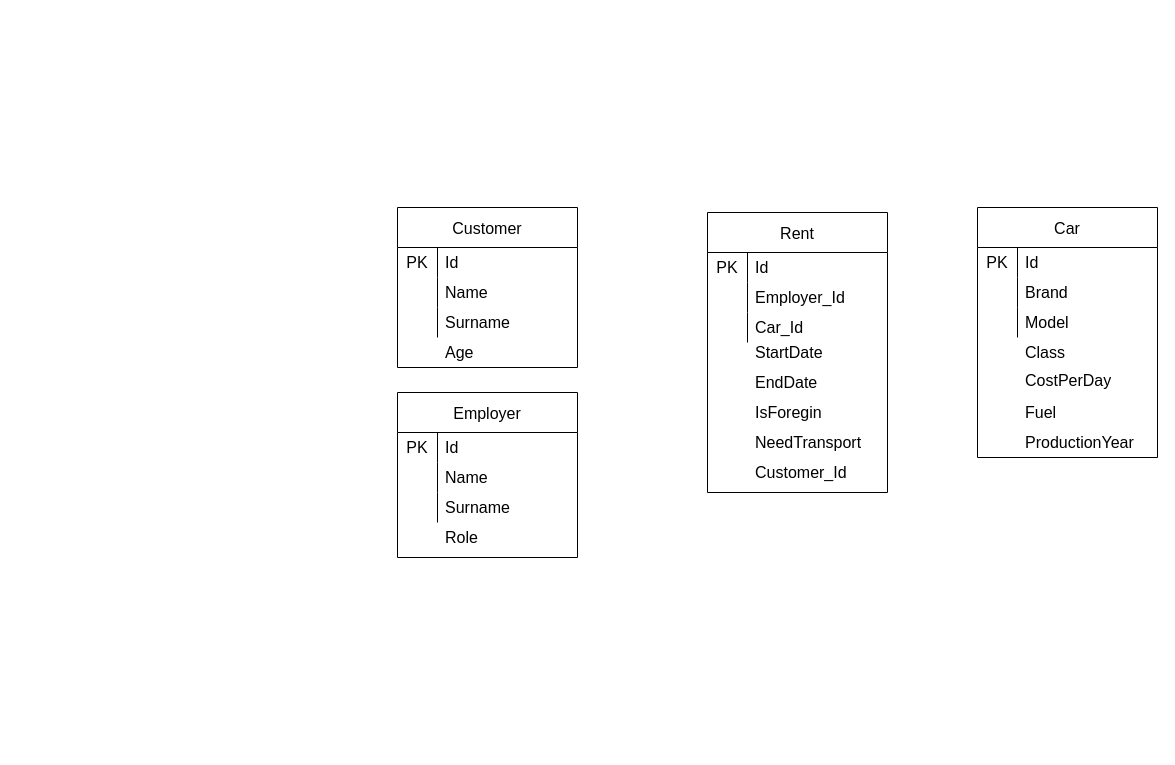
Above: Homework warsztat.drawio in Tomasz98Zukowski/TripBudgetApp (draw.io), before the change. Source tidied: cells renumbered, new cells numbered last; positions are measured from the earlier drawing's top-left corner, leaving out a move shared by most shapes. Both pictures are drawn from the tidied source at 100%, with x=0, y=0 at pixel (397, 207).
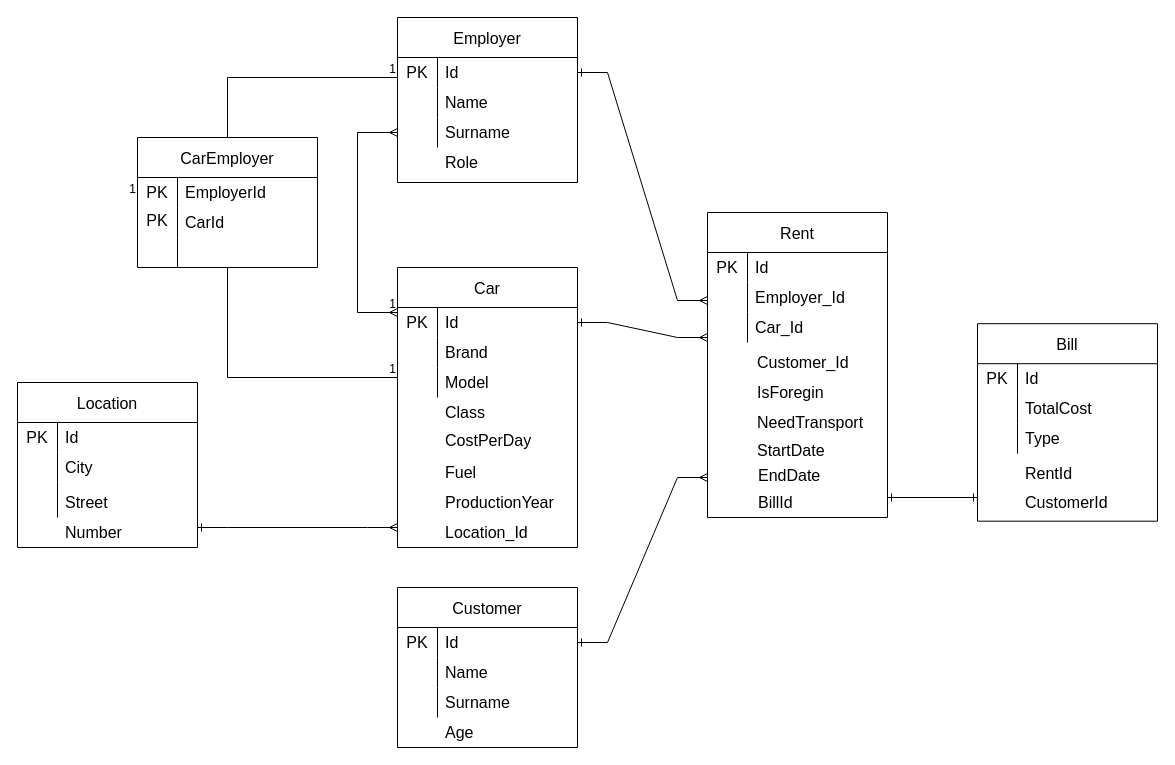
Above is the later version.

Unchanged cells that the change refers to:
```xml
<mxCell id="17" style="shape=tableRow;horizontal=0;startSize=0;swimlaneHead=0;swimlaneBody=0;top=0;left=0;bottom=0;right=0;fillColor=none;points=[[0,0.5],[1,0.5]];portConstraint=eastwest;strokeColor=inherit;fontSize=16;" parent="16" vertex="1">
  <mxGeometry y="40" width="180" height="30" as="geometry" />
</mxCell>
<mxCell id="29" style="shape=tableRow;horizontal=0;startSize=0;swimlaneHead=0;swimlaneBody=0;top=0;left=0;bottom=0;right=0;fillColor=none;points=[[0,0.5],[1,0.5]];portConstraint=eastwest;strokeColor=inherit;fontSize=16;" parent="28" vertex="1">
  <mxGeometry y="40" width="180" height="30" as="geometry" />
</mxCell>
<mxCell id="35" style="shape=tableRow;horizontal=0;startSize=0;swimlaneHead=0;swimlaneBody=0;top=0;left=0;bottom=0;right=0;fillColor=none;points=[[0,0.5],[1,0.5]];portConstraint=eastwest;strokeColor=inherit;fontSize=16;" parent="28" vertex="1">
  <mxGeometry y="100" width="180" height="30" as="geometry" />
</mxCell>
<mxCell id="40" style="shape=tableRow;horizontal=0;startSize=0;swimlaneHead=0;swimlaneBody=0;top=0;left=0;bottom=0;right=0;fillColor=none;points=[[0,0.5],[1,0.5]];portConstraint=eastwest;strokeColor=inherit;fontSize=16;" parent="39" vertex="1">
  <mxGeometry y="40" width="180" height="30" as="geometry" />
</mxCell>
```

Diff of the diagram source:
```diff
@@
     <mxCell id="2" value="Rent" style="shape=table;startSize=40;childLayout=tableLayout;rowLines=0;fontStyle=0;strokeColor=default;fontSize=16;fillColor=default;" parent="1" vertex="1">
-      <mxGeometry x="310" y="5" width="180" height="280" as="geometry" />
+      <mxGeometry x="310" y="5" width="180" height="305" as="geometry" />
     </mxCell>
@@
     <mxCell id="12" value="StartDate" style="shape=partialRectangle;html=1;whiteSpace=wrap;fillColor=none;top=0;left=0;bottom=0;right=0;align=left;spacingLeft=6;overflow=hidden;strokeColor=inherit;fontSize=16;" parent="1" vertex="1">
-      <mxGeometry x="350" y="130" width="140" height="30" as="geometry" />
+      <mxGeometry x="352" y="228" width="140" height="30" as="geometry" />
     </mxCell>
     <mxCell id="13" value="EndDate" style="shape=partialRectangle;html=1;whiteSpace=wrap;fillColor=none;top=0;left=0;bottom=0;right=0;align=left;spacingLeft=6;overflow=hidden;strokeColor=inherit;fontSize=16;" parent="1" vertex="1">
-      <mxGeometry x="350" y="160" width="140" height="30" as="geometry" />
+      <mxGeometry x="353" y="253" width="140" height="30" as="geometry" />
     </mxCell>
     <mxCell id="14" value="IsForegin" style="shape=partialRectangle;html=1;whiteSpace=wrap;fillColor=none;top=0;left=0;bottom=0;right=0;align=left;spacingLeft=6;overflow=hidden;strokeColor=inherit;fontSize=16;" parent="1" vertex="1">
-      <mxGeometry x="350" y="190" width="140" height="30" as="geometry" />
+      <mxGeometry x="352" y="170" width="140" height="30" as="geometry" />
     </mxCell>
     <mxCell id="15" value="NeedTransport" style="shape=partialRectangle;html=1;whiteSpace=wrap;fillColor=none;top=0;left=0;bottom=0;right=0;align=left;spacingLeft=6;overflow=hidden;strokeColor=inherit;fontSize=16;" parent="1" vertex="1">
-      <mxGeometry x="350" y="220" width="140" height="30" as="geometry" />
+      <mxGeometry x="352" y="200" width="140" height="30" as="geometry" />
     </mxCell>
     <mxCell id="16" value="Customer" style="shape=table;startSize=40;childLayout=tableLayout;rowLines=0;fontStyle=0;strokeColor=default;fontSize=16;fillColor=default;" parent="1" vertex="1">
-      <mxGeometry width="180" height="160" as="geometry" />
+      <mxGeometry y="380" width="180" height="160" as="geometry" />
     </mxCell>
@@
     <mxCell id="26" value="Age" style="shape=partialRectangle;html=1;whiteSpace=wrap;fillColor=none;top=0;left=0;bottom=0;right=0;align=left;spacingLeft=6;overflow=hidden;strokeColor=inherit;fontSize=16;" parent="1" vertex="1">
-      <mxGeometry x="40" y="130" width="140" height="30" as="geometry" />
+      <mxGeometry x="40" y="510" width="140" height="30" as="geometry" />
     </mxCell>
     <mxCell id="27" value="Customer_Id" style="shape=partialRectangle;html=1;whiteSpace=wrap;fillColor=none;top=0;left=0;bottom=0;right=0;align=left;spacingLeft=6;overflow=hidden;strokeColor=inherit;fontSize=16;" parent="1" vertex="1">
-      <mxGeometry x="350" y="250" width="140" height="30" as="geometry" />
+      <mxGeometry x="352" y="140" width="140" height="30" as="geometry" />
     </mxCell>
     <mxCell id="28" value="Employer" style="shape=table;startSize=40;childLayout=tableLayout;rowLines=0;fontStyle=0;strokeColor=default;fontSize=16;fillColor=default;" parent="1" vertex="1">
-      <mxGeometry y="185" width="180" height="165" as="geometry" />
+      <mxGeometry y="-190" width="180" height="165" as="geometry" />
     </mxCell>
@@
     <mxCell id="38" value="Role" style="shape=partialRectangle;html=1;whiteSpace=wrap;fillColor=none;top=0;left=0;bottom=0;right=0;align=left;spacingLeft=6;overflow=hidden;strokeColor=inherit;fontSize=16;" parent="1" vertex="1">
-      <mxGeometry x="40" y="315" width="140" height="30" as="geometry" />
+      <mxGeometry x="40" y="-60" width="140" height="30" as="geometry" />
     </mxCell>
     <mxCell id="39" value="Car" style="shape=table;startSize=40;childLayout=tableLayout;rowLines=0;fontStyle=0;strokeColor=default;fontSize=16;fillColor=default;" parent="1" vertex="1">
-      <mxGeometry x="580" width="180" height="250" as="geometry" />
+      <mxGeometry y="60" width="180" height="280" as="geometry" />
     </mxCell>
@@
     <mxCell id="49" value="Class" style="shape=partialRectangle;html=1;whiteSpace=wrap;fillColor=none;top=0;left=0;bottom=0;right=0;align=left;spacingLeft=6;overflow=hidden;strokeColor=inherit;fontSize=16;" parent="1" vertex="1">
-      <mxGeometry x="620" y="130" width="140" height="30" as="geometry" />
+      <mxGeometry x="40" y="190" width="140" height="30" as="geometry" />
     </mxCell>
     <mxCell id="50" value="CostPerDay" style="shape=partialRectangle;html=1;whiteSpace=wrap;fillColor=none;top=0;left=0;bottom=0;right=0;align=left;spacingLeft=6;overflow=hidden;strokeColor=inherit;fontSize=16;" parent="1" vertex="1">
-      <mxGeometry x="620" y="158" width="140" height="30" as="geometry" />
+      <mxGeometry x="40" y="218" width="140" height="30" as="geometry" />
     </mxCell>
     <mxCell id="51" value="Fuel" style="shape=partialRectangle;html=1;whiteSpace=wrap;fillColor=none;top=0;left=0;bottom=0;right=0;align=left;spacingLeft=6;overflow=hidden;strokeColor=inherit;fontSize=16;" parent="1" vertex="1">
-      <mxGeometry x="620" y="190" width="140" height="30" as="geometry" />
+      <mxGeometry x="40" y="250" width="140" height="30" as="geometry" />
     </mxCell>
     <mxCell id="52" value="ProductionYear" style="shape=partialRectangle;html=1;whiteSpace=wrap;fillColor=none;top=0;left=0;bottom=0;right=0;align=left;spacingLeft=6;overflow=hidden;strokeColor=inherit;fontSize=16;" parent="1" vertex="1">
-      <mxGeometry x="620" y="220" width="140" height="30" as="geometry" />
+      <mxGeometry x="40" y="280" width="140" height="30" as="geometry" />
     </mxCell>
+    <mxCell id="53" style="edgeStyle=entityRelationEdgeStyle;fontSize=12;html=1;endArrow=ERmany;startArrow=ERone;rounded=0;exitX=1;exitY=0.5;exitDx=0;exitDy=0;startFill=0;endFill=0;" parent="1" edge="1" source="17">
+      <mxGeometry relative="1" as="geometry">
+        <mxPoint x="310" y="270" as="targetPoint" />
+      </mxGeometry>
+    </mxCell>
+    <mxCell id="54" style="edgeStyle=entityRelationEdgeStyle;fontSize=12;html=1;endArrow=ERmany;startArrow=ERone;rounded=0;exitX=1;exitY=0.5;exitDx=0;exitDy=0;startFill=0;endFill=0;" parent="1" edge="1" source="29">
+      <mxGeometry relative="1" as="geometry">
+        <mxPoint x="310" y="93" as="targetPoint" />
+      </mxGeometry>
+    </mxCell>
+    <mxCell id="55" style="edgeStyle=entityRelationEdgeStyle;fontSize=12;html=1;endArrow=ERmany;startArrow=ERone;rounded=0;exitX=1;exitY=0.5;exitDx=0;exitDy=0;startFill=0;endFill=0;" parent="1" edge="1" source="40">
+      <mxGeometry relative="1" as="geometry">
+        <mxPoint x="310" y="130" as="targetPoint" />
+      </mxGeometry>
+    </mxCell>
+    <mxCell id="56" value="Location_Id" style="shape=partialRectangle;html=1;whiteSpace=wrap;fillColor=none;top=0;left=0;bottom=0;right=0;align=left;spacingLeft=6;overflow=hidden;strokeColor=inherit;fontSize=16;" parent="1" vertex="1">
+      <mxGeometry x="40" y="310" width="140" height="30" as="geometry" />
+    </mxCell>
+    <mxCell id="57" value="Location" style="shape=table;startSize=40;childLayout=tableLayout;rowLines=0;fontStyle=0;strokeColor=default;fontSize=16;fillColor=default;" parent="1" vertex="1">
+      <mxGeometry x="-380" y="175" width="180" height="165" as="geometry" />
+    </mxCell>
+    <mxCell id="58" style="shape=tableRow;horizontal=0;startSize=0;swimlaneHead=0;swimlaneBody=0;top=0;left=0;bottom=0;right=0;fillColor=none;strokeColor=inherit;fontSize=16;" parent="57" vertex="1">
+      <mxGeometry y="40" width="180" height="30" as="geometry" />
+    </mxCell>
+    <mxCell id="59" value="PK" style="shape=partialRectangle;html=1;whiteSpace=wrap;fillColor=none;top=0;left=0;bottom=0;right=0;overflow=hidden;strokeColor=inherit;fontSize=16;" parent="58" vertex="1">
+      <mxGeometry width="40" height="30" as="geometry" />
+    </mxCell>
+    <mxCell id="60" value="Id" style="shape=partialRectangle;html=1;whiteSpace=wrap;fillColor=none;top=0;left=0;bottom=0;right=0;align=left;spacingLeft=6;overflow=hidden;strokeColor=inherit;fontSize=16;" parent="58" vertex="1">
+      <mxGeometry x="40" width="140" height="30" as="geometry" />
+    </mxCell>
+    <mxCell id="61" style="shape=tableRow;horizontal=0;startSize=0;swimlaneHead=0;swimlaneBody=0;top=0;left=0;bottom=0;right=0;fillColor=none;strokeColor=inherit;fontSize=16;" parent="57" vertex="1">
+      <mxGeometry y="70" width="180" height="30" as="geometry" />
+    </mxCell>
+    <mxCell id="62" style="shape=partialRectangle;html=1;whiteSpace=wrap;fillColor=none;top=0;left=0;bottom=0;right=0;overflow=hidden;strokeColor=inherit;fontSize=16;" parent="61" vertex="1">
+      <mxGeometry width="40" height="30" as="geometry" />
+    </mxCell>
+    <mxCell id="63" value="City" style="shape=partialRectangle;html=1;whiteSpace=wrap;fillColor=none;top=0;left=0;bottom=0;right=0;align=left;spacingLeft=6;overflow=hidden;strokeColor=inherit;fontSize=16;" parent="61" vertex="1">
+      <mxGeometry x="40" width="140" height="30" as="geometry" />
+    </mxCell>
+    <mxCell id="64" style="shape=tableRow;horizontal=0;startSize=0;swimlaneHead=0;swimlaneBody=0;top=0;left=0;bottom=0;right=0;fillColor=none;strokeColor=inherit;fontSize=16;" parent="57" vertex="1">
+      <mxGeometry y="100" width="180" height="35" as="geometry" />
+    </mxCell>
+    <mxCell id="65" style="shape=partialRectangle;html=1;whiteSpace=wrap;fillColor=none;top=0;left=0;bottom=0;right=0;overflow=hidden;strokeColor=inherit;fontSize=16;" parent="64" vertex="1">
+      <mxGeometry width="40" height="35" as="geometry" />
+    </mxCell>
+    <mxCell id="66" style="shape=partialRectangle;html=1;whiteSpace=wrap;fillColor=none;top=0;left=0;bottom=0;right=0;align=left;spacingLeft=6;overflow=hidden;strokeColor=inherit;fontSize=16;" parent="64" vertex="1">
+      <mxGeometry x="40" width="140" height="35" as="geometry" />
+    </mxCell>
+    <mxCell id="67" value="Street" style="shape=partialRectangle;html=1;whiteSpace=wrap;fillColor=none;top=0;left=0;bottom=0;right=0;align=left;spacingLeft=6;overflow=hidden;strokeColor=inherit;fontSize=16;" parent="1" vertex="1">
+      <mxGeometry x="-340" y="280" width="140" height="30" as="geometry" />
+    </mxCell>
+    <mxCell id="68" value="Number" style="shape=partialRectangle;html=1;whiteSpace=wrap;fillColor=none;top=0;left=0;bottom=0;right=0;align=left;spacingLeft=6;overflow=hidden;strokeColor=inherit;fontSize=16;" parent="1" vertex="1">
+      <mxGeometry x="-340" y="310" width="140" height="30" as="geometry" />
+    </mxCell>
+    <mxCell id="69" style="edgeStyle=entityRelationEdgeStyle;fontSize=12;html=1;endArrow=ERmany;startArrow=ERone;rounded=0;startFill=0;" parent="1" edge="1">
+      <mxGeometry relative="1" as="geometry">
+        <mxPoint x="-200" y="320" as="sourcePoint" />
+        <mxPoint y="320" as="targetPoint" />
+      </mxGeometry>
+    </mxCell>
+    <mxCell id="70" style="endArrow=none;html=1;rounded=0;exitX=0.5;exitY=1;exitDx=0;exitDy=0;" parent="1" edge="1" source="74">
+      <mxGeometry relative="1" as="geometry">
+        <mxPoint y="170" as="targetPoint" />
+        <Array as="points">
+          <mxPoint x="-170" y="170" />
+        </Array>
+      </mxGeometry>
+    </mxCell>
+    <mxCell id="71" value="1" style="html=1;whiteSpace=wrap;align=right;verticalAlign=bottom;" parent="70" vertex="1">
+      <mxGeometry x="1" relative="1" as="geometry" />
+    </mxCell>
+    <mxCell id="72" style="endArrow=none;html=1;rounded=0;" parent="1" edge="1">
+      <mxGeometry relative="1" as="geometry">
+        <mxPoint x="-170" y="-70" as="sourcePoint" />
+        <mxPoint y="-130" as="targetPoint" />
+        <Array as="points">
+          <mxPoint x="-170" y="-130" />
+        </Array>
+      </mxGeometry>
+    </mxCell>
+    <mxCell id="73" value="1" style="html=1;whiteSpace=wrap;align=right;verticalAlign=bottom;" parent="72" vertex="1">
+      <mxGeometry x="1" relative="1" as="geometry" />
+    </mxCell>
+    <mxCell id="74" value="CarEmployer" style="shape=table;startSize=40;childLayout=tableLayout;rowLines=0;fontStyle=0;strokeColor=default;fontSize=16;fillColor=default;" parent="1" vertex="1">
+      <mxGeometry x="-260" y="-70" width="180" height="130" as="geometry" />
+    </mxCell>
+    <mxCell id="75" style="shape=tableRow;horizontal=0;startSize=0;swimlaneHead=0;swimlaneBody=0;top=0;left=0;bottom=0;right=0;fillColor=none;strokeColor=inherit;fontSize=16;" parent="74" vertex="1">
+      <mxGeometry y="40" width="180" height="30" as="geometry" />
+    </mxCell>
+    <mxCell id="76" value="PK" style="shape=partialRectangle;html=1;whiteSpace=wrap;fillColor=none;top=0;left=0;bottom=0;right=0;overflow=hidden;strokeColor=inherit;fontSize=16;" parent="75" vertex="1">
+      <mxGeometry width="40" height="30" as="geometry" />
+    </mxCell>
+    <mxCell id="77" value="EmployerId" style="shape=partialRectangle;html=1;whiteSpace=wrap;fillColor=none;top=0;left=0;bottom=0;right=0;align=left;spacingLeft=6;overflow=hidden;strokeColor=inherit;fontSize=16;" parent="75" vertex="1">
+      <mxGeometry x="40" width="140" height="30" as="geometry" />
+    </mxCell>
+    <mxCell id="78" style="shape=tableRow;horizontal=0;startSize=0;swimlaneHead=0;swimlaneBody=0;top=0;left=0;bottom=0;right=0;fillColor=none;strokeColor=inherit;fontSize=16;" parent="74" vertex="1">
+      <mxGeometry y="70" width="180" height="30" as="geometry" />
+    </mxCell>
+    <mxCell id="79" style="shape=partialRectangle;html=1;whiteSpace=wrap;fillColor=none;top=0;left=0;bottom=0;right=0;overflow=hidden;strokeColor=inherit;fontSize=16;" parent="78" vertex="1">
+      <mxGeometry width="40" height="30" as="geometry" />
+    </mxCell>
+    <mxCell id="80" value="CarId" style="shape=partialRectangle;html=1;whiteSpace=wrap;fillColor=none;top=0;left=0;bottom=0;right=0;align=left;spacingLeft=6;overflow=hidden;strokeColor=inherit;fontSize=16;" parent="78" vertex="1">
+      <mxGeometry x="40" width="140" height="30" as="geometry" />
+    </mxCell>
+    <mxCell id="81" style="shape=tableRow;horizontal=0;startSize=0;swimlaneHead=0;swimlaneBody=0;top=0;left=0;bottom=0;right=0;fillColor=none;strokeColor=inherit;fontSize=16;" parent="74" vertex="1">
+      <mxGeometry y="100" width="180" height="30" as="geometry" />
+    </mxCell>
+    <mxCell id="82" style="shape=partialRectangle;html=1;whiteSpace=wrap;fillColor=none;top=0;left=0;bottom=0;right=0;overflow=hidden;strokeColor=inherit;fontSize=16;" parent="81" vertex="1">
+      <mxGeometry width="40" height="30" as="geometry" />
+    </mxCell>
+    <mxCell id="83" style="shape=partialRectangle;html=1;whiteSpace=wrap;fillColor=none;top=0;left=0;bottom=0;right=0;align=left;spacingLeft=6;overflow=hidden;strokeColor=inherit;fontSize=16;" parent="81" vertex="1">
+      <mxGeometry x="40" width="140" height="30" as="geometry" />
+    </mxCell>
+    <mxCell id="84" value="1" style="html=1;whiteSpace=wrap;align=right;verticalAlign=bottom;" parent="1" vertex="1">
+      <mxGeometry x="-260" y="-10" as="geometry" />
+    </mxCell>
+    <mxCell id="85" style="endArrow=ERmany;html=1;rounded=0;exitX=0;exitY=0.5;exitDx=0;exitDy=0;startArrow=ERmany;startFill=0;endFill=0;" parent="1" edge="1" source="35">
+      <mxGeometry relative="1" as="geometry">
+        <mxPoint y="105" as="targetPoint" />
+        <Array as="points">
+          <mxPoint x="-40" y="-75" />
+          <mxPoint x="-40" y="105" />
+        </Array>
+      </mxGeometry>
+    </mxCell>
+    <mxCell id="86" value="1" style="html=1;whiteSpace=wrap;align=right;verticalAlign=bottom;" parent="85" vertex="1">
+      <mxGeometry x="1" relative="1" as="geometry" />
+    </mxCell>
+    <mxCell id="87" value="PK" style="shape=partialRectangle;html=1;whiteSpace=wrap;fillColor=none;top=0;left=0;bottom=0;right=0;overflow=hidden;strokeColor=inherit;fontSize=16;" parent="1" vertex="1">
+      <mxGeometry x="-260" y="-2.5" width="40" height="30" as="geometry" />
+    </mxCell>
+    <mxCell id="88" value="BillId" style="shape=partialRectangle;html=1;whiteSpace=wrap;fillColor=none;top=0;left=0;bottom=0;right=0;align=left;spacingLeft=6;overflow=hidden;strokeColor=inherit;fontSize=16;" parent="1" vertex="1">
+      <mxGeometry x="353" y="280" width="140" height="30" as="geometry" />
+    </mxCell>
+    <mxCell id="89" value="Bill" style="shape=table;startSize=40;childLayout=tableLayout;rowLines=0;fontStyle=0;strokeColor=default;fontSize=16;fillColor=default;" parent="1" vertex="1">
+      <mxGeometry x="580" y="116.2" width="180" height="197.5" as="geometry" />
+    </mxCell>
+    <mxCell id="90" style="shape=tableRow;horizontal=0;startSize=0;swimlaneHead=0;swimlaneBody=0;top=0;left=0;bottom=0;right=0;fillColor=none;strokeColor=inherit;fontSize=16;" parent="89" vertex="1">
+      <mxGeometry y="40" width="180" height="30" as="geometry" />
+    </mxCell>
+    <mxCell id="91" value="PK" style="shape=partialRectangle;html=1;whiteSpace=wrap;fillColor=none;top=0;left=0;bottom=0;right=0;overflow=hidden;strokeColor=inherit;fontSize=16;" parent="90" vertex="1">
+      <mxGeometry width="40" height="30" as="geometry" />
+    </mxCell>
+    <mxCell id="92" value="Id" style="shape=partialRectangle;html=1;whiteSpace=wrap;fillColor=none;top=0;left=0;bottom=0;right=0;align=left;spacingLeft=6;overflow=hidden;strokeColor=inherit;fontSize=16;" parent="90" vertex="1">
+      <mxGeometry x="40" width="140" height="30" as="geometry" />
+    </mxCell>
+    <mxCell id="93" style="shape=tableRow;horizontal=0;startSize=0;swimlaneHead=0;swimlaneBody=0;top=0;left=0;bottom=0;right=0;fillColor=none;strokeColor=inherit;fontSize=16;" parent="89" vertex="1">
+      <mxGeometry y="70" width="180" height="30" as="geometry" />
+    </mxCell>
+    <mxCell id="94" style="shape=partialRectangle;html=1;whiteSpace=wrap;fillColor=none;top=0;left=0;bottom=0;right=0;overflow=hidden;strokeColor=inherit;fontSize=16;" parent="93" vertex="1">
+      <mxGeometry width="40" height="30" as="geometry" />
+    </mxCell>
+    <mxCell id="95" value="TotalCost" style="shape=partialRectangle;html=1;whiteSpace=wrap;fillColor=none;top=0;left=0;bottom=0;right=0;align=left;spacingLeft=6;overflow=hidden;strokeColor=inherit;fontSize=16;" parent="93" vertex="1">
+      <mxGeometry x="40" width="140" height="30" as="geometry" />
+    </mxCell>
+    <mxCell id="96" style="shape=tableRow;horizontal=0;startSize=0;swimlaneHead=0;swimlaneBody=0;top=0;left=0;bottom=0;right=0;fillColor=none;strokeColor=inherit;fontSize=16;" parent="89" vertex="1">
+      <mxGeometry y="100" width="180" height="30" as="geometry" />
+    </mxCell>
+    <mxCell id="97" style="shape=partialRectangle;html=1;whiteSpace=wrap;fillColor=none;top=0;left=0;bottom=0;right=0;overflow=hidden;strokeColor=inherit;fontSize=16;" parent="96" vertex="1">
+      <mxGeometry width="40" height="30" as="geometry" />
+    </mxCell>
+    <mxCell id="98" value="Type" style="shape=partialRectangle;html=1;whiteSpace=wrap;fillColor=none;top=0;left=0;bottom=0;right=0;align=left;spacingLeft=6;overflow=hidden;strokeColor=inherit;fontSize=16;" parent="96" vertex="1">
+      <mxGeometry x="40" width="140" height="30" as="geometry" />
+    </mxCell>
+    <mxCell id="99" value="RentId" style="shape=partialRectangle;html=1;whiteSpace=wrap;fillColor=none;top=0;left=0;bottom=0;right=0;align=left;spacingLeft=6;overflow=hidden;strokeColor=inherit;fontSize=16;" parent="1" vertex="1">
+      <mxGeometry x="620" y="251.2" width="140" height="30" as="geometry" />
+    </mxCell>
+    <mxCell id="100" value="CustomerId" style="shape=partialRectangle;html=1;whiteSpace=wrap;fillColor=none;top=0;left=0;bottom=0;right=0;align=left;spacingLeft=6;overflow=hidden;strokeColor=inherit;fontSize=16;" parent="1" vertex="1">
+      <mxGeometry x="620" y="279.8" width="140" height="30" as="geometry" />
+    </mxCell>
+    <mxCell id="101" style="endArrow=ERone;html=1;rounded=0;startArrow=ERone;startFill=0;endFill=0;" parent="1" edge="1">
+      <mxGeometry relative="1" as="geometry">
+        <mxPoint x="490" y="290" as="sourcePoint" />
+        <mxPoint x="580" y="290" as="targetPoint" />
+      </mxGeometry>
+    </mxCell>
```
